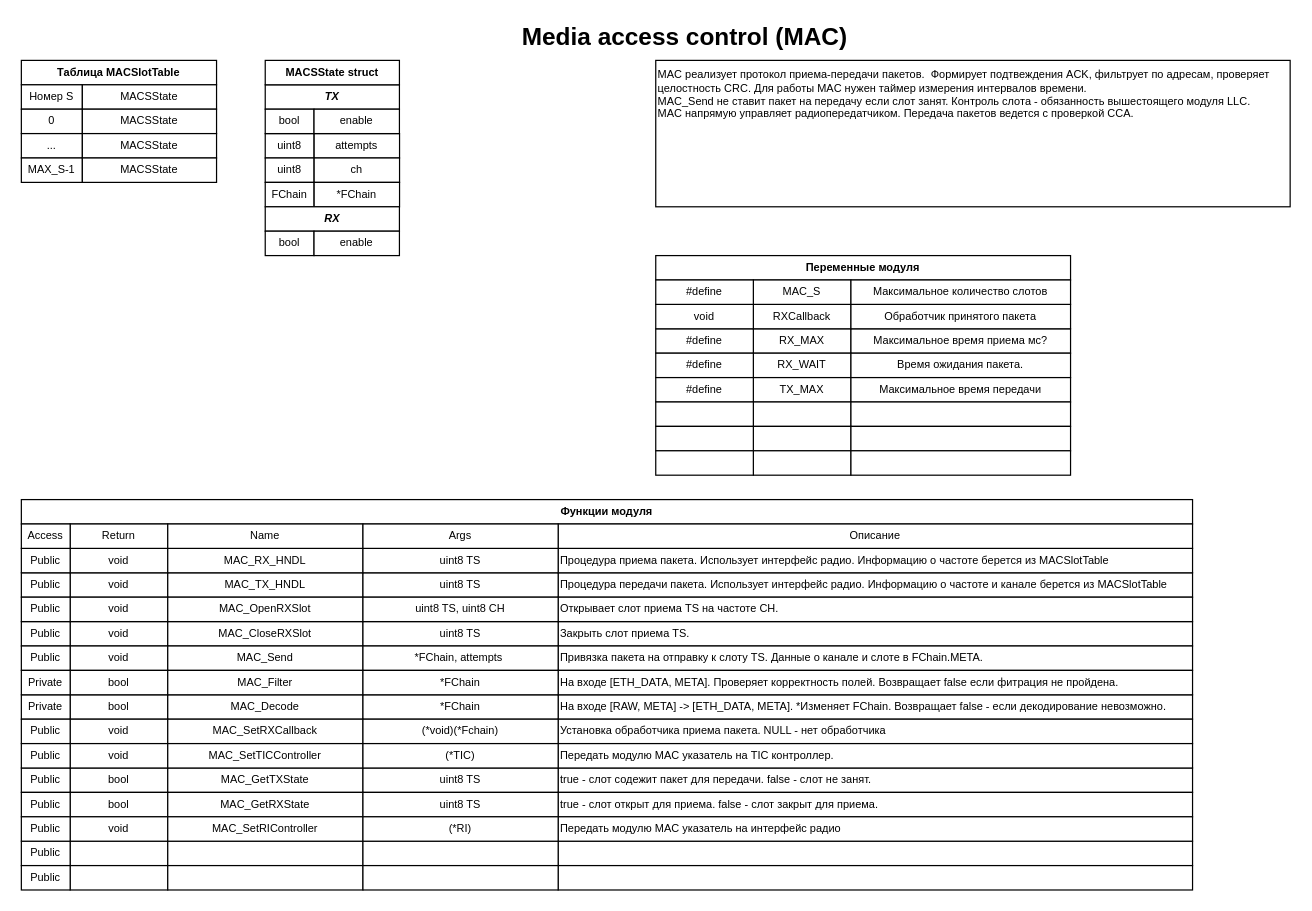
The draw.io diagram page "MAC" (4 of 11) of documentation/programm modules/modulse struct.drawio in saurex83/WMNU, before the edit. Source tidied: cells renumbered, new cells numbered last; positions are measured from the earlier drawing's top-left corner, leaving out a move shared by most shapes. Both pictures are drawn from the tidied source at 122%, with x=0, y=0 at pixel (21, 23).
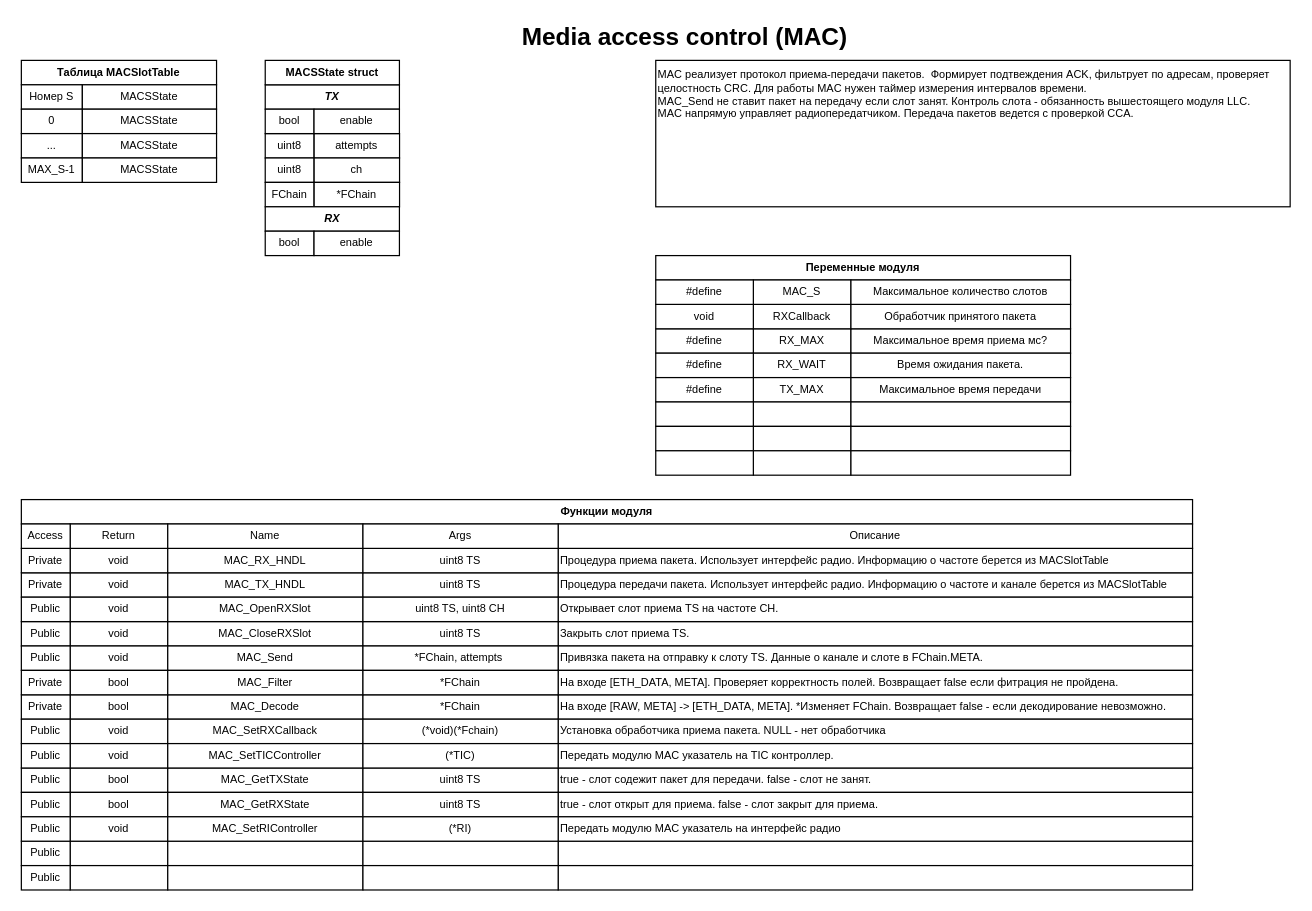
After the change.

The change refers to these unchanged cells:
```xml
<mxCell id="4" style="group;" parent="1" vertex="1">
  <mxGeometry y="450" width="960" height="20" as="geometry" />
</mxCell>
<mxCell id="22" style="group;" parent="1" vertex="1">
  <mxGeometry y="430" width="960" height="20" as="geometry" />
</mxCell>
```

Diff of the diagram source:
```diff
@@
-    <mxCell id="9" value="Public" style="rounded=0;whiteSpace=wrap;html=1;fontSize=9;" parent="4" vertex="1">
+    <mxCell id="9" value="Private" style="rounded=0;whiteSpace=wrap;html=1;fontSize=9;" parent="4" vertex="1">
       <mxGeometry width="40" height="20" as="geometry" />
     </mxCell>
@@
-    <mxCell id="27" value="Public" style="rounded=0;whiteSpace=wrap;html=1;fontSize=9;" parent="22" vertex="1">
+    <mxCell id="27" value="Private" style="rounded=0;whiteSpace=wrap;html=1;fontSize=9;" parent="22" vertex="1">
       <mxGeometry width="40" height="20" as="geometry" />
     </mxCell>
```
